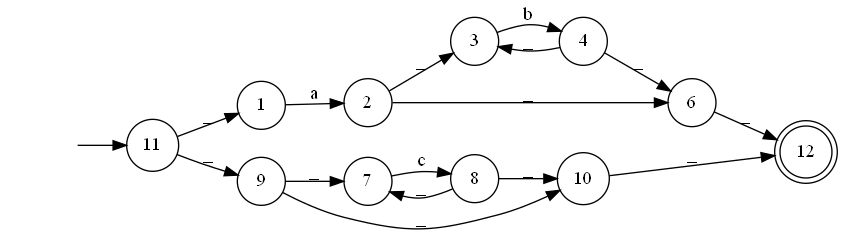
The Graphviz diagram Automate Picture/AutomataPicture.dot.png in arjen0203/AutomataReader, before a commit. Its source is kept beside it as Automate Picture/AutomataPicture.dot. The source it was exported from:
```dot
digraph myAutomaton {
rankdir=LR;
"" [shape=none]
"11" [shape=circle]
"1" [shape=circle]
"2" [shape=circle]
"3" [shape=circle]
"4" [shape=circle]
"6" [shape=circle]
"9" [shape=circle]
"7" [shape=circle]
"8" [shape=circle]
"10" [shape=circle]
"12" [shape=doublecircle]

"" -> "11"
"11" -> "1" [label="_"]
"11" -> "9" [label="_"]
"1" -> "2" [label="a"]
"2" -> "3" [label="_"]
"2" -> "6" [label="_"]
"3" -> "4" [label="b"]
"4" -> "3" [label="_"]
"4" -> "6" [label="_"]
"6" -> "12" [label="_"]
"9" -> "7" [label="_"]
"9" -> "10" [label="_"]
"7" -> "8" [label="c"]
"8" -> "7" [label="_"]
"8" -> "10" [label="_"]
"10" -> "12" [label="_"]
}
```
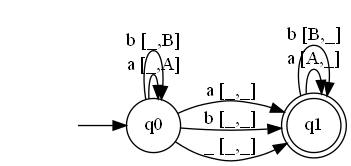
After the change.

What changed in the source:
```diff
@@ -1,32 +1,15 @@
 digraph myAutomaton {
 rankdir=LR;
 "" [shape=none]
-"11" [shape=circle]
-"1" [shape=circle]
-"2" [shape=circle]
-"3" [shape=circle]
-"4" [shape=circle]
-"6" [shape=circle]
-"9" [shape=circle]
-"7" [shape=circle]
-"8" [shape=circle]
-"10" [shape=circle]
-"12" [shape=doublecircle]
+"q0" [shape=circle]
+"q1" [shape=doublecircle]
 
-"" -> "11"
-"11" -> "1" [label="_"]
-"11" -> "9" [label="_"]
-"1" -> "2" [label="a"]
-"2" -> "3" [label="_"]
-"2" -> "6" [label="_"]
-"3" -> "4" [label="b"]
-"4" -> "3" [label="_"]
-"4" -> "6" [label="_"]
-"6" -> "12" [label="_"]
-"9" -> "7" [label="_"]
-"9" -> "10" [label="_"]
-"7" -> "8" [label="c"]
-"8" -> "7" [label="_"]
-"8" -> "10" [label="_"]
-"10" -> "12" [label="_"]
+"" -> "q0"
+"q0" -> "q0" [label="a [_,A]"]
+"q0" -> "q0" [label="b [_,B]"]
+"q0" -> "q1" [label="a [_,_]"]
+"q0" -> "q1" [label="b [_,_]"]
+"q0" -> "q1" [label="_ [_,_]"]
+"q1" -> "q1" [label="a [A,_]"]
+"q1" -> "q1" [label="b [B,_]"]
 }
```
